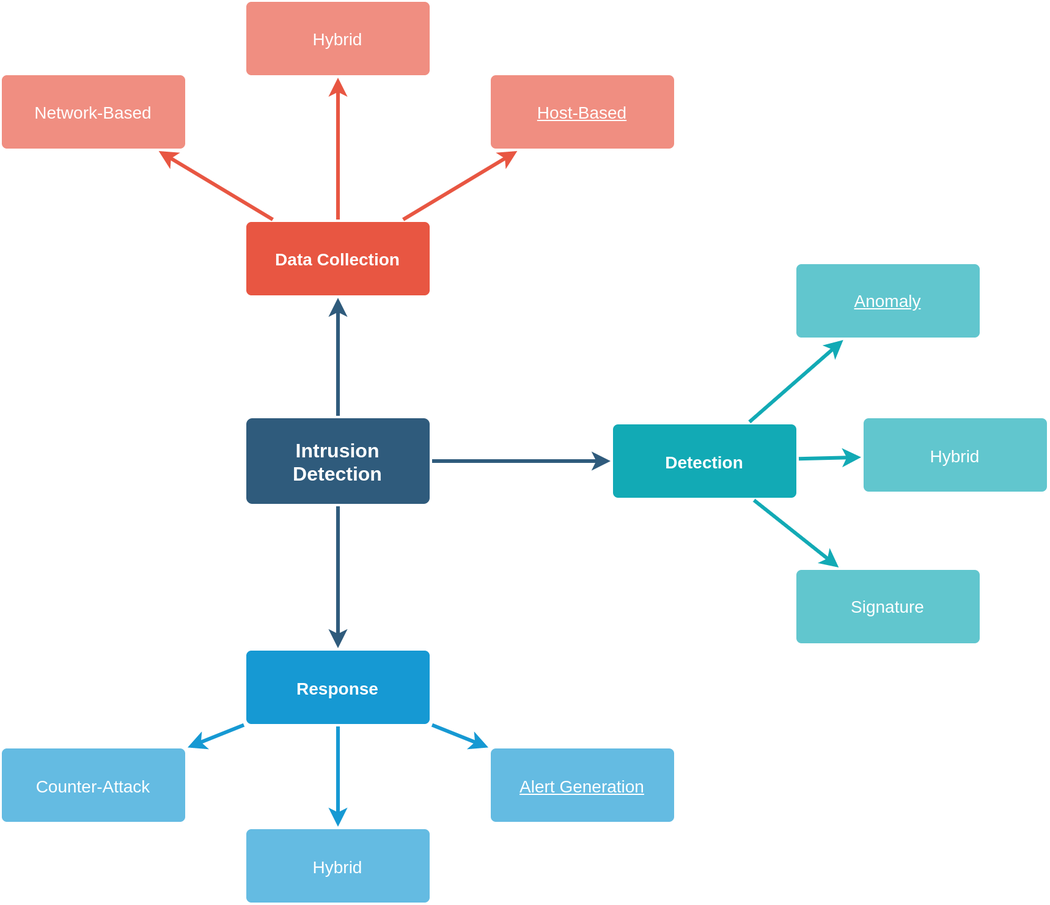
willfindlay/honors-thesis keeps this draw.io diagram as figures/ids-overview.png. Above is the earlier version. Source tidied: cells renumbered, new cells last; positions are measured from the earlier drawing's top-left corner, leaving out a move shared by most shapes.
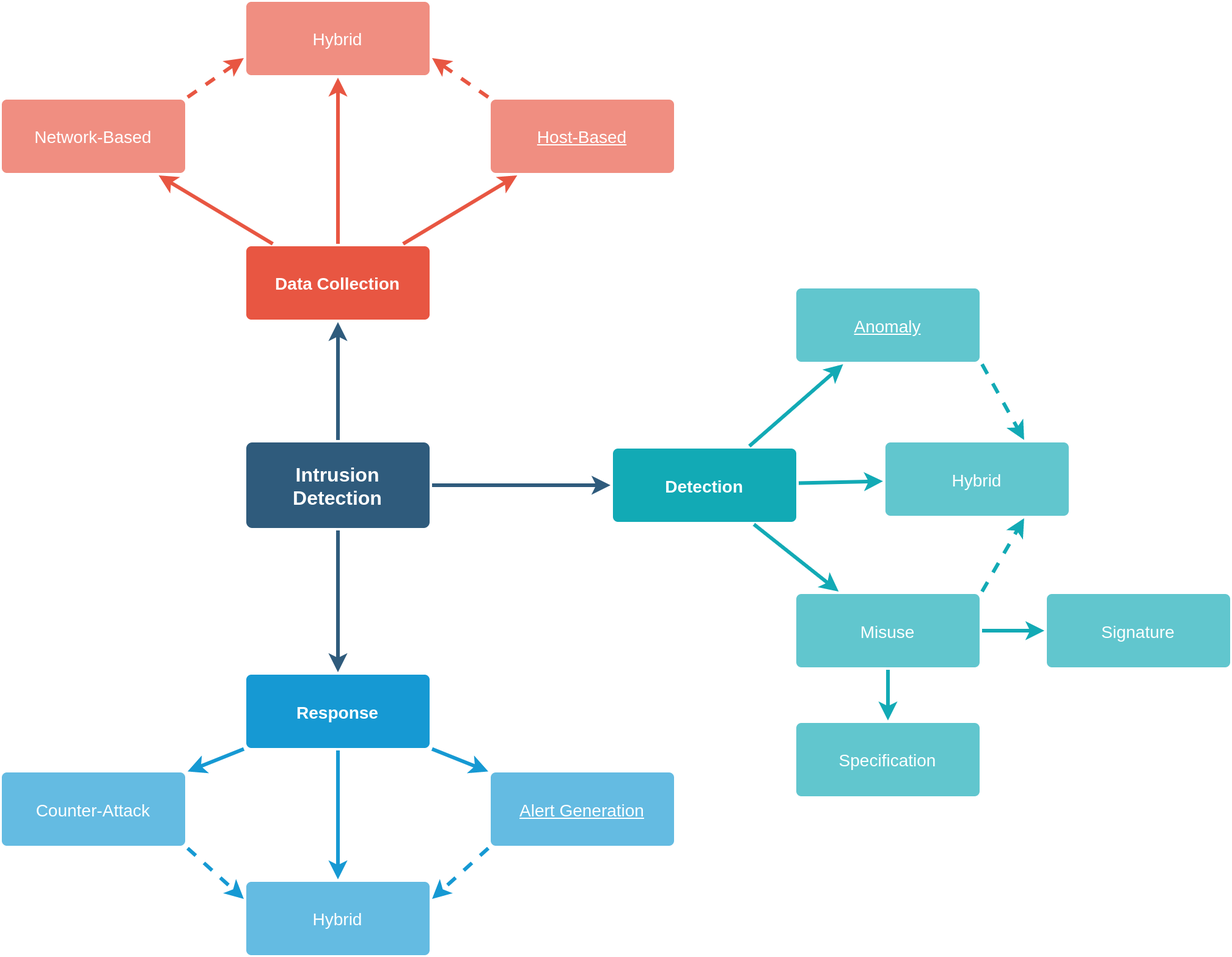
The same diagram one commit later.

What changed in the source:
```diff
@@ -26,12 +26,18 @@
     <mxCell id="9" value="Data Collection" style="rounded=1;whiteSpace=wrap;html=1;shadow=0;labelBackgroundColor=none;strokeColor=none;strokeWidth=3;fillColor=#e85642;fontFamily=Helvetica;fontSize=14;fontColor=#FFFFFF;align=center;spacing=5;fontStyle=1;arcSize=7;perimeterSpacing=2;" parent="1" vertex="1">
       <mxGeometry x="200" y="180" width="150" height="60" as="geometry" />
     </mxCell>
+    <mxCell id="27" style="edgeStyle=none;rounded=1;jettySize=auto;html=1;exitX=1;exitY=0;exitDx=0;exitDy=0;entryX=0;entryY=0.75;entryDx=0;entryDy=0;shadow=0;fontSize=14;fontColor=#FFFFFF;fontStyle=1;strokeColor=#E85642;strokeWidth=3;fillColor=#b0e3e6;labelBackgroundColor=none;spacing=5;startFill=0;startArrow=none;dashed=1;" parent="1" edge="1" source="10" target="11">
+      <mxGeometry relative="1" as="geometry" />
+    </mxCell>
     <mxCell id="10" value="Network-Based" style="rounded=1;whiteSpace=wrap;html=1;shadow=0;labelBackgroundColor=none;strokeColor=none;strokeWidth=3;fillColor=#f08e81;fontFamily=Helvetica;fontSize=14;fontColor=#FFFFFF;align=center;spacing=5;fontStyle=0;arcSize=7;perimeterSpacing=2;" parent="1" vertex="1">
       <mxGeometry y="60" width="150" height="60" as="geometry" />
     </mxCell>
     <mxCell id="11" value="Hybrid" style="rounded=1;whiteSpace=wrap;html=1;shadow=0;labelBackgroundColor=none;strokeColor=none;strokeWidth=3;fillColor=#f08e81;fontFamily=Helvetica;fontSize=14;fontColor=#FFFFFF;align=center;spacing=5;fontStyle=0;arcSize=7;perimeterSpacing=2;" parent="1" vertex="1">
-      <mxGeometry x="200" width="150" height="60" as="geometry" />
+      <mxGeometry x="200" y="-20" width="150" height="60" as="geometry" />
     </mxCell>
+    <mxCell id="28" style="edgeStyle=none;rounded=1;jettySize=auto;html=1;exitX=0;exitY=0;exitDx=0;exitDy=0;entryX=1;entryY=0.75;entryDx=0;entryDy=0;shadow=0;fontSize=14;fontColor=#FFFFFF;fontStyle=1;strokeColor=#E85642;strokeWidth=3;fillColor=#b0e3e6;labelBackgroundColor=none;spacing=5;startFill=0;startArrow=none;dashed=1;" parent="1" edge="1" source="12" target="11">
+      <mxGeometry relative="1" as="geometry" />
+    </mxCell>
     <mxCell id="12" value="Host-Based" style="rounded=1;whiteSpace=wrap;html=1;shadow=0;labelBackgroundColor=none;strokeColor=none;strokeWidth=3;fillColor=#f08e81;fontFamily=Helvetica;fontSize=14;fontColor=#FFFFFF;align=center;spacing=5;fontStyle=4;arcSize=7;perimeterSpacing=2;" parent="1" vertex="1">
       <mxGeometry x="400" y="60" width="150" height="60" as="geometry" />
     </mxCell>
@@ -47,35 +53,59 @@
     <mxCell id="16" value="Response" style="rounded=1;whiteSpace=wrap;html=1;shadow=0;labelBackgroundColor=none;strokeColor=none;strokeWidth=3;fillColor=#1699d3;fontFamily=Helvetica;fontSize=14;fontColor=#FFFFFF;align=center;spacing=5;fontStyle=1;arcSize=7;perimeterSpacing=2;" parent="1" vertex="1">
       <mxGeometry x="200" y="530.5" width="150" height="60" as="geometry" />
     </mxCell>
+    <mxCell id="29" style="edgeStyle=none;rounded=0;jettySize=auto;html=1;exitX=0;exitY=1;exitDx=0;exitDy=0;entryX=1;entryY=0.25;entryDx=0;entryDy=0;shadow=0;fontSize=14;fontColor=#FFFFFF;strokeColor=#1699D3;strokeWidth=3;labelBackgroundColor=none;spacing=5;endFill=1;startFill=0;startArrow=none;dashed=1;" parent="1" edge="1" source="17" target="18">
+      <mxGeometry relative="1" as="geometry" />
+    </mxCell>
     <mxCell id="17" value="&lt;u&gt;Alert Generation&lt;/u&gt;" style="rounded=1;whiteSpace=wrap;html=1;shadow=0;labelBackgroundColor=none;strokeColor=none;strokeWidth=3;fillColor=#64bbe2;fontFamily=Helvetica;fontSize=14;fontColor=#FFFFFF;align=center;spacing=5;arcSize=7;perimeterSpacing=2;" parent="1" vertex="1">
       <mxGeometry x="400" y="610.5" width="150" height="60" as="geometry" />
     </mxCell>
     <mxCell id="18" value="Hybrid" style="rounded=1;whiteSpace=wrap;html=1;shadow=0;labelBackgroundColor=none;strokeColor=none;strokeWidth=3;fillColor=#64bbe2;fontFamily=Helvetica;fontSize=14;fontColor=#FFFFFF;align=center;spacing=5;arcSize=7;perimeterSpacing=2;" parent="1" vertex="1">
-      <mxGeometry x="200" y="676.5" width="150" height="60" as="geometry" />
+      <mxGeometry x="200" y="700" width="150" height="60" as="geometry" />
     </mxCell>
+    <mxCell id="30" style="edgeStyle=none;rounded=0;jettySize=auto;html=1;exitX=1;exitY=1;exitDx=0;exitDy=0;entryX=0;entryY=0.25;entryDx=0;entryDy=0;shadow=0;fontSize=14;fontColor=#FFFFFF;strokeColor=#1699D3;strokeWidth=3;labelBackgroundColor=none;spacing=5;endFill=1;startFill=0;startArrow=none;dashed=1;" parent="1" edge="1" source="19" target="18">
+      <mxGeometry relative="1" as="geometry" />
+    </mxCell>
     <mxCell id="19" value="Counter-Attack" style="rounded=1;whiteSpace=wrap;html=1;shadow=0;labelBackgroundColor=none;strokeColor=none;strokeWidth=3;fillColor=#64bbe2;fontFamily=Helvetica;fontSize=14;fontColor=#FFFFFF;align=center;spacing=5;arcSize=7;perimeterSpacing=2;" parent="1" vertex="1">
       <mxGeometry y="610.5" width="150" height="60" as="geometry" />
     </mxCell>
     <mxCell id="20" value="Detection" style="rounded=1;whiteSpace=wrap;html=1;shadow=0;labelBackgroundColor=none;strokeColor=none;strokeWidth=3;fillColor=#12aab5;fontFamily=Helvetica;fontSize=14;fontColor=#FFFFFF;align=center;spacing=5;fontStyle=1;arcSize=7;perimeterSpacing=2;" parent="1" vertex="1">
       <mxGeometry x="500" y="345.5" width="150" height="60" as="geometry" />
     </mxCell>
+    <mxCell id="31" style="edgeStyle=orthogonalEdgeStyle;rounded=1;jettySize=auto;html=1;exitX=0.5;exitY=1;exitDx=0;exitDy=0;entryX=0.5;entryY=0;entryDx=0;entryDy=0;shadow=0;fontSize=14;fontColor=#FFFFFF;fontStyle=1;strokeColor=#12AAB5;strokeWidth=3;fillColor=#b0e3e6;labelBackgroundColor=none;spacing=5;startFill=0;startArrow=none;" parent="1" edge="1" source="21" target="35">
+      <mxGeometry relative="1" as="geometry" />
+    </mxCell>
+    <mxCell id="32" style="edgeStyle=orthogonalEdgeStyle;rounded=1;jettySize=auto;html=1;exitX=1;exitY=0.5;exitDx=0;exitDy=0;entryX=0;entryY=0.5;entryDx=0;entryDy=0;shadow=0;fontSize=14;fontColor=#FFFFFF;fontStyle=1;strokeColor=#12AAB5;strokeWidth=3;fillColor=#b0e3e6;labelBackgroundColor=none;spacing=5;startFill=0;startArrow=none;" parent="1" edge="1" source="21" target="36">
+      <mxGeometry relative="1" as="geometry" />
+    </mxCell>
+    <mxCell id="33" style="edgeStyle=none;rounded=1;jettySize=auto;html=1;exitX=1;exitY=0;exitDx=0;exitDy=0;entryX=0.75;entryY=1;entryDx=0;entryDy=0;shadow=0;fontSize=14;fontColor=#FFFFFF;fontStyle=1;strokeColor=#12AAB5;strokeWidth=3;fillColor=#b0e3e6;labelBackgroundColor=none;spacing=5;startFill=0;startArrow=none;dashed=1;" parent="1" edge="1" source="21" target="23">
+      <mxGeometry relative="1" as="geometry" />
+    </mxCell>
-    <mxCell id="21" value="Signature" style="rounded=1;whiteSpace=wrap;html=1;shadow=0;labelBackgroundColor=none;strokeColor=none;strokeWidth=3;fillColor=#61c6ce;fontFamily=Helvetica;fontSize=14;fontColor=#FFFFFF;align=center;spacing=5;fontStyle=0;arcSize=7;perimeterSpacing=2;" parent="1" vertex="1">
+    <mxCell id="21" value="Misuse" style="rounded=1;whiteSpace=wrap;html=1;shadow=0;labelBackgroundColor=none;strokeColor=none;strokeWidth=3;fillColor=#61c6ce;fontFamily=Helvetica;fontSize=14;fontColor=#FFFFFF;align=center;spacing=5;fontStyle=0;arcSize=7;perimeterSpacing=2;" parent="1" vertex="1">
       <mxGeometry x="650" y="464.5" width="150" height="60" as="geometry" />
     </mxCell>
     <mxCell id="22" style="edgeStyle=none;rounded=1;jumpStyle=none;html=1;shadow=0;labelBackgroundColor=none;startArrow=none;startFill=0;jettySize=auto;strokeColor=#12AAB5;strokeWidth=3;fontFamily=Helvetica;fontSize=14;fontColor=#FFFFFF;spacing=5;fontStyle=1;fillColor=#b0e3e6;" parent="1" edge="1" source="20" target="21">
       <mxGeometry relative="1" as="geometry" />
     </mxCell>
     <mxCell id="23" value="Hybrid" style="rounded=1;whiteSpace=wrap;html=1;shadow=0;labelBackgroundColor=none;strokeColor=none;strokeWidth=3;fillColor=#61c6ce;fontFamily=Helvetica;fontSize=14;fontColor=#FFFFFF;align=center;spacing=5;fontStyle=0;arcSize=7;perimeterSpacing=2;" parent="1" vertex="1">
-      <mxGeometry x="705" y="340.5" width="150" height="60" as="geometry" />
+      <mxGeometry x="722.9" y="340.5" width="150" height="60" as="geometry" />
     </mxCell>
     <mxCell id="24" style="edgeStyle=none;rounded=1;jumpStyle=none;html=1;shadow=0;labelBackgroundColor=none;startArrow=none;startFill=0;jettySize=auto;strokeColor=#12AAB5;strokeWidth=3;fontFamily=Helvetica;fontSize=14;fontColor=#FFFFFF;spacing=5;fontStyle=1;fillColor=#b0e3e6;" parent="1" edge="1" source="20" target="23">
       <mxGeometry relative="1" as="geometry" />
     </mxCell>
+    <mxCell id="34" style="edgeStyle=none;rounded=1;jettySize=auto;html=1;exitX=1;exitY=1;exitDx=0;exitDy=0;entryX=0.75;entryY=0;entryDx=0;entryDy=0;shadow=0;fontSize=14;fontColor=#FFFFFF;fontStyle=1;strokeColor=#12AAB5;strokeWidth=3;fillColor=#b0e3e6;labelBackgroundColor=none;spacing=5;startFill=0;startArrow=none;dashed=1;" parent="1" edge="1" source="25" target="23">
+      <mxGeometry relative="1" as="geometry" />
+    </mxCell>
     <mxCell id="25" value="Anomaly" style="rounded=1;whiteSpace=wrap;html=1;shadow=0;labelBackgroundColor=none;strokeColor=none;strokeWidth=3;fillColor=#61c6ce;fontFamily=Helvetica;fontSize=14;fontColor=#FFFFFF;align=center;spacing=5;fontStyle=4;arcSize=7;perimeterSpacing=2;" parent="1" vertex="1">
       <mxGeometry x="650" y="214.5" width="150" height="60" as="geometry" />
     </mxCell>
     <mxCell id="26" style="edgeStyle=none;rounded=1;jumpStyle=none;html=1;shadow=0;labelBackgroundColor=none;startArrow=none;startFill=0;jettySize=auto;strokeColor=#12AAB5;strokeWidth=3;fontFamily=Helvetica;fontSize=14;fontColor=#FFFFFF;spacing=5;fontStyle=1;fillColor=#b0e3e6;" parent="1" edge="1" source="20" target="25">
       <mxGeometry relative="1" as="geometry" />
     </mxCell>
+    <mxCell id="35" value="Specification" style="rounded=1;whiteSpace=wrap;html=1;shadow=0;labelBackgroundColor=none;strokeColor=none;strokeWidth=3;fillColor=#61c6ce;fontFamily=Helvetica;fontSize=14;fontColor=#FFFFFF;align=center;spacing=5;fontStyle=0;arcSize=7;perimeterSpacing=2;" parent="1" vertex="1">
+      <mxGeometry x="650" y="570" width="150" height="60" as="geometry" />
+    </mxCell>
+    <mxCell id="36" value="Signature" style="rounded=1;whiteSpace=wrap;html=1;shadow=0;labelBackgroundColor=none;strokeColor=none;strokeWidth=3;fillColor=#61c6ce;fontFamily=Helvetica;fontSize=14;fontColor=#FFFFFF;align=center;spacing=5;fontStyle=0;arcSize=7;perimeterSpacing=2;" parent="1" vertex="1">
+      <mxGeometry x="855" y="464.5" width="150" height="60" as="geometry" />
+    </mxCell>
   </root>
 </mxGraphModel>
```
